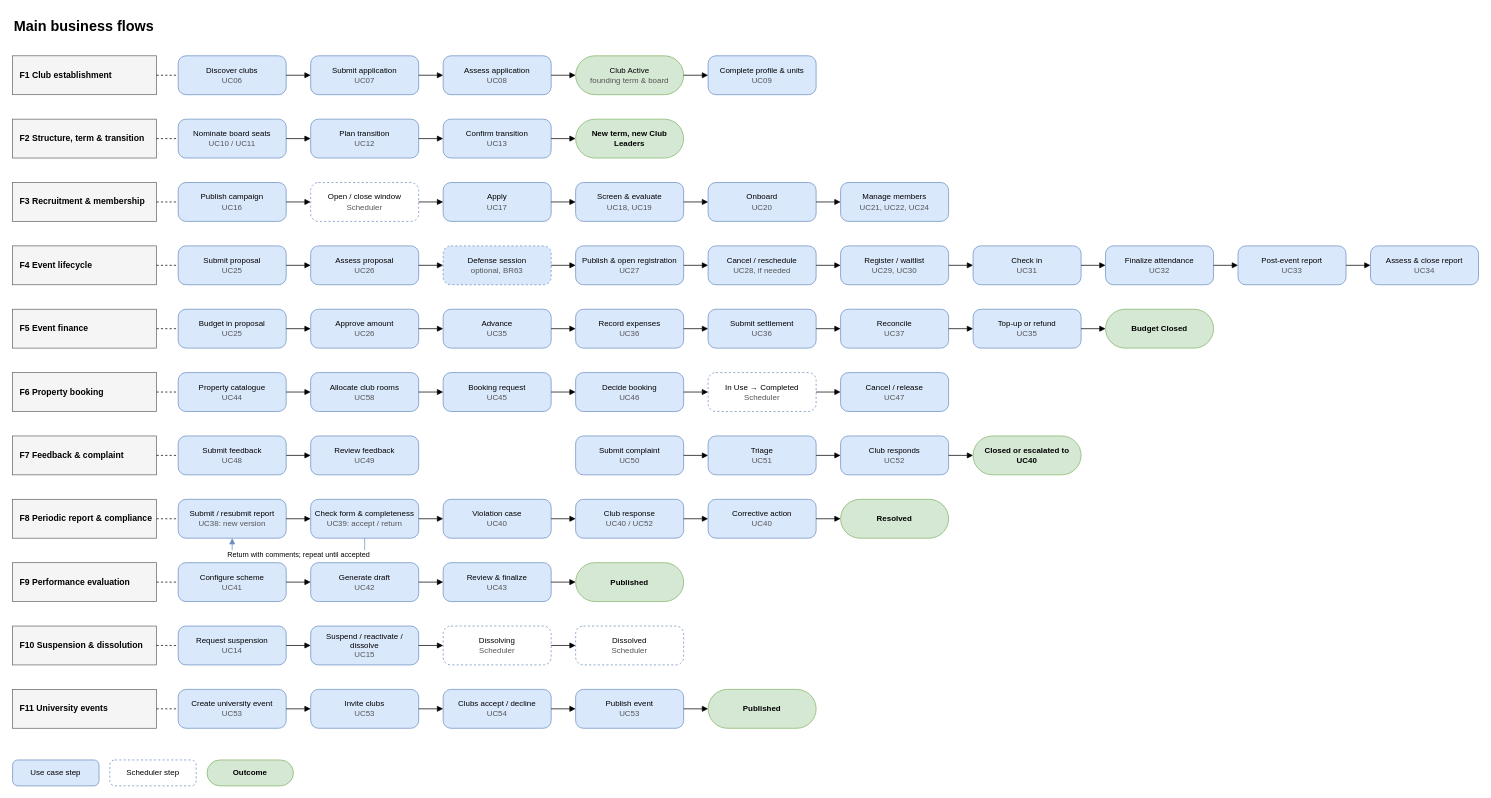
Before: page "Main business flows" (2 of 2) of docs/03-diagrams/UCMS_Organization_and_Flows.drawio in nvdekay/ClubManagementSystem, a draw.io diagram. Source tidied: cells renumbered, new cells numbered last; positions are measured from the earlier drawing's top-left corner, leaving out a move shared by most shapes. Both pictures are drawn from the tidied source at 72%, with x=0, y=0 at pixel (12, 12).
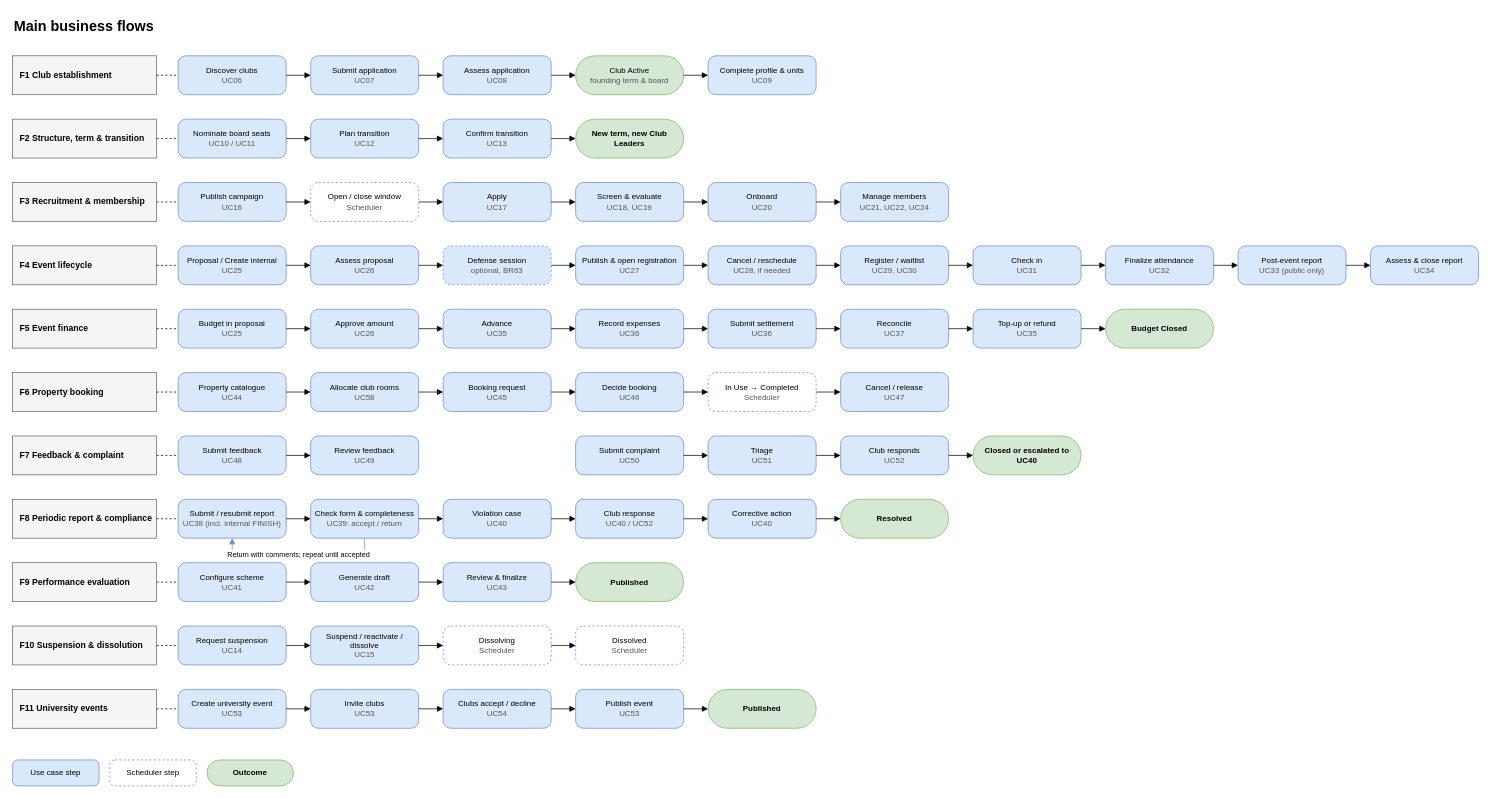
Above is the later version.

Commit message (it also covers changes not shown here):
docs(diagrams): update event lifecycle and internal club event diagrams

Change to the diagram source:
```diff
@@
-    <mxCell id="37" value="Submit proposal&lt;br&gt;&lt;font color=&quot;#555555&quot;&gt;UC25&lt;/font&gt;" style="rounded=1;arcSize=20;whiteSpace=wrap;html=1;fillColor=#dae8fc;strokeColor=#6c8ebf;fontSize=11;" parent="1" vertex="1">
+    <mxCell id="37" value="Proposal / Create internal&lt;br&gt;&lt;font color=&quot;#555555&quot;&gt;UC25&lt;/font&gt;" style="rounded=1;arcSize=20;whiteSpace=wrap;html=1;fillColor=#dae8fc;strokeColor=#6c8ebf;fontSize=11;" parent="1" vertex="1">
       <mxGeometry x="230" y="324" width="150" height="54" as="geometry" />
     </mxCell>
@@
-    <mxCell id="49" value="Post-event report&lt;br&gt;&lt;font color=&quot;#555555&quot;&gt;UC33&lt;/font&gt;" style="rounded=1;arcSize=20;whiteSpace=wrap;html=1;fillColor=#dae8fc;strokeColor=#6c8ebf;fontSize=11;" parent="1" vertex="1">
+    <mxCell id="49" value="Post-event report&lt;br&gt;&lt;font color=&quot;#555555&quot;&gt;UC33 (public only)&lt;/font&gt;" style="rounded=1;arcSize=20;whiteSpace=wrap;html=1;fillColor=#dae8fc;strokeColor=#6c8ebf;fontSize=11;" parent="1" vertex="1">
       <mxGeometry x="1702" y="324" width="150" height="54" as="geometry" />
     </mxCell>
@@
-    <mxCell id="94" value="Submit / resubmit report&lt;br&gt;&lt;font color=&quot;#555555&quot;&gt;UC38: new version&lt;/font&gt;" style="rounded=1;arcSize=20;whiteSpace=wrap;html=1;fillColor=#dae8fc;strokeColor=#6c8ebf;fontSize=11;" parent="1" vertex="1">
+    <mxCell id="94" value="Submit / resubmit report&lt;br&gt;&lt;font color=&quot;#555555&quot;&gt;UC38 (incl. internal FINISH)&lt;/font&gt;" style="rounded=1;arcSize=20;whiteSpace=wrap;html=1;fillColor=#dae8fc;strokeColor=#6c8ebf;fontSize=11;" parent="1" vertex="1">
       <mxGeometry x="230" y="676" width="150" height="54" as="geometry" />
     </mxCell>
```
